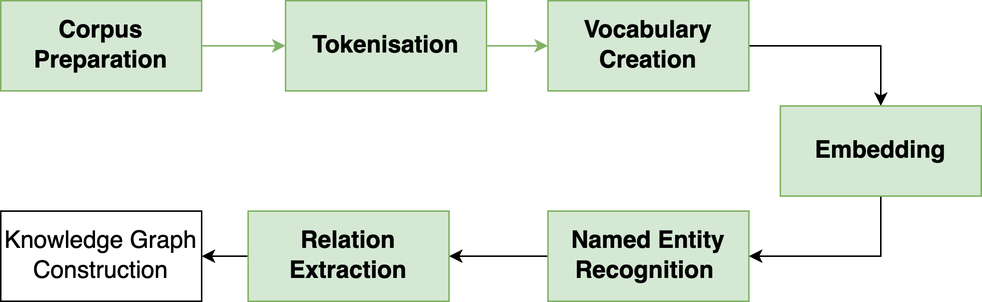
nlp-tlp/Tutorial-WMC keeps this draw.io diagram as images/steps_3.png. Above is the earlier version. Source tidied: cells renumbered, new cells last; positions are measured from the earlier drawing's top-left corner, leaving out a move shared by most shapes. Its diagram source:
```xml
<mxGraphModel>
  <root>
    <mxCell id="0" />
    <mxCell id="1" parent="0" />
    <mxCell id="2" style="edgeStyle=orthogonalEdgeStyle;rounded=0;jettySize=auto;html=1;fontSize=16;fontStyle=1;fillColor=#d5e8d4;strokeColor=#82b366;" parent="1" edge="1" source="3" target="5">
      <mxGeometry relative="1" as="geometry" />
    </mxCell>
    <mxCell id="3" value="Corpus Preparation" style="rounded=0;whiteSpace=wrap;html=1;fontSize=16;fontStyle=1;fillColor=#d5e8d4;strokeColor=#82b366;" parent="1" vertex="1">
      <mxGeometry width="134" height="60" as="geometry" />
    </mxCell>
    <mxCell id="4" style="edgeStyle=orthogonalEdgeStyle;rounded=0;jettySize=auto;html=1;fontSize=16;fontStyle=1;fillColor=#d5e8d4;strokeColor=#82b366;" parent="1" edge="1" source="5" target="7">
      <mxGeometry relative="1" as="geometry" />
    </mxCell>
    <mxCell id="5" value="Tokenisation" style="rounded=0;whiteSpace=wrap;html=1;fontSize=16;fontStyle=1;fillColor=#d5e8d4;strokeColor=#82b366;" parent="1" vertex="1">
      <mxGeometry x="190" width="134" height="60" as="geometry" />
    </mxCell>
    <mxCell id="6" style="edgeStyle=orthogonalEdgeStyle;rounded=0;jettySize=auto;html=1;fontSize=16;" parent="1" edge="1" source="7" target="9">
      <mxGeometry relative="1" as="geometry" />
    </mxCell>
    <mxCell id="7" value="Vocabulary Creation" style="rounded=0;whiteSpace=wrap;html=1;fontSize=16;fontStyle=1;fillColor=#d5e8d4;strokeColor=#82b366;" parent="1" vertex="1">
      <mxGeometry x="365" width="134" height="60" as="geometry" />
    </mxCell>
    <mxCell id="8" style="edgeStyle=orthogonalEdgeStyle;rounded=0;jettySize=auto;html=1;exitX=0.5;exitY=1;exitDx=0;exitDy=0;entryX=1;entryY=0.5;entryDx=0;entryDy=0;fontSize=16;" parent="1" edge="1" source="9" target="11">
      <mxGeometry relative="1" as="geometry" />
    </mxCell>
    <mxCell id="9" value="Embedding" style="rounded=0;whiteSpace=wrap;html=1;fontSize=16;fontStyle=1;fillColor=#d5e8d4;strokeColor=#82b366;" parent="1" vertex="1">
      <mxGeometry x="520" y="70" width="134" height="60" as="geometry" />
    </mxCell>
    <mxCell id="10" style="edgeStyle=orthogonalEdgeStyle;rounded=0;jettySize=auto;html=1;fontSize=16;" parent="1" edge="1" source="11" target="13">
      <mxGeometry relative="1" as="geometry" />
    </mxCell>
    <mxCell id="11" value="Named Entity Recognition&amp;nbsp;" style="rounded=0;whiteSpace=wrap;html=1;fontSize=16;fontStyle=1;fillColor=#d5e8d4;strokeColor=#82b366;" parent="1" vertex="1">
      <mxGeometry x="365" y="140" width="134" height="60" as="geometry" />
    </mxCell>
    <mxCell id="12" style="edgeStyle=orthogonalEdgeStyle;rounded=0;jettySize=auto;html=1;fontSize=16;" parent="1" edge="1" source="13" target="14">
      <mxGeometry relative="1" as="geometry" />
    </mxCell>
    <mxCell id="13" value="Relation Extraction" style="rounded=0;whiteSpace=wrap;html=1;fontSize=16;fontStyle=1;fillColor=#d5e8d4;strokeColor=#82b366;" parent="1" vertex="1">
      <mxGeometry x="165" y="140" width="134" height="60" as="geometry" />
    </mxCell>
    <mxCell id="14" value="Knowledge Graph Construction" style="rounded=0;whiteSpace=wrap;html=1;fontSize=16;" parent="1" vertex="1">
      <mxGeometry y="140" width="134" height="60" as="geometry" />
    </mxCell>
  </root>
</mxGraphModel>
```
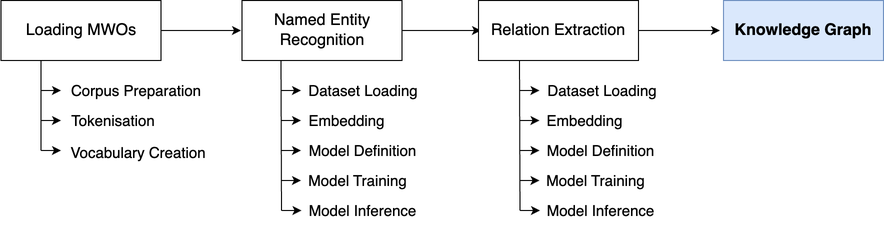
The same file after the commit.

The edit, as a diff of the source:
```diff
@@ -2,44 +2,167 @@
   <root>
     <mxCell id="0" />
     <mxCell id="1" parent="0" />
-    <mxCell id="2" style="edgeStyle=orthogonalEdgeStyle;rounded=0;jettySize=auto;html=1;fontSize=16;fontStyle=1;fillColor=#d5e8d4;strokeColor=#82b366;" parent="1" edge="1" source="3" target="5">
-      <mxGeometry relative="1" as="geometry" />
-    </mxCell>
+    <mxCell id="15" style="edgeStyle=orthogonalEdgeStyle;rounded=0;jettySize=auto;html=1;" parent="1" edge="1" source="16">
+      <mxGeometry relative="1" as="geometry">
+        <mxPoint x="137.5" y="-190" as="targetPoint" />
+      </mxGeometry>
+    </mxCell>
+    <mxCell id="16" value="Loading MWOs" style="rounded=0;whiteSpace=wrap;html=1;fontSize=16;fontStyle=0;" parent="1" vertex="1">
+      <mxGeometry x="-102.5" y="-220" width="160" height="60" as="geometry" />
+    </mxCell>
+    <mxCell id="17" style="endArrow=none;html=1;rounded=0;entryX=0.5;entryY=1;entryDx=0;entryDy=0;fontStyle=0;" parent="1" edge="1">
+      <mxGeometry relative="1" as="geometry">
+        <mxPoint x="-62.5" y="-70" as="sourcePoint" />
+        <mxPoint x="-62.5" y="-160" as="targetPoint" />
+      </mxGeometry>
+    </mxCell>
-    <mxCell id="3" value="Corpus Preparation" style="rounded=0;whiteSpace=wrap;html=1;fontSize=16;fontStyle=1;fillColor=#d5e8d4;strokeColor=#82b366;" parent="1" vertex="1">
-      <mxGeometry width="134" height="60" as="geometry" />
+    <mxCell id="3" value="&lt;font style=&quot;font-size: 15px;&quot;&gt;Corpus Preparation&lt;/font&gt;" style="text;html=1;align=center;verticalAlign=middle;whiteSpace=wrap;rounded=0;fontStyle=0;" parent="1" vertex="1">
+      <mxGeometry x="-42.5" y="-145" width="150" height="30" as="geometry" />
     </mxCell>
-    <mxCell id="4" style="edgeStyle=orthogonalEdgeStyle;rounded=0;jettySize=auto;html=1;fontSize=16;fontStyle=1;fillColor=#d5e8d4;strokeColor=#82b366;" parent="1" edge="1" source="5" target="7">
-      <mxGeometry relative="1" as="geometry" />
-    </mxCell>
-    <mxCell id="5" value="Tokenisation" style="rounded=0;whiteSpace=wrap;html=1;fontSize=16;fontStyle=1;fillColor=#d5e8d4;strokeColor=#82b366;" parent="1" vertex="1">
-      <mxGeometry x="190" width="134" height="60" as="geometry" />
+    <mxCell id="5" value="&lt;font style=&quot;font-size: 15px;&quot;&gt;Tokenisation&lt;/font&gt;" style="text;html=1;align=center;verticalAlign=middle;whiteSpace=wrap;rounded=0;fontStyle=0;" parent="1" vertex="1">
+      <mxGeometry x="-65.5" y="-115" width="150" height="30" as="geometry" />
     </mxCell>
-    <mxCell id="6" style="edgeStyle=orthogonalEdgeStyle;rounded=0;jettySize=auto;html=1;fontSize=16;" parent="1" edge="1" source="7" target="9">
-      <mxGeometry relative="1" as="geometry" />
-    </mxCell>
-    <mxCell id="7" value="Vocabulary Creation" style="rounded=0;whiteSpace=wrap;html=1;fontSize=16;fontStyle=1;fillColor=#d5e8d4;strokeColor=#82b366;" parent="1" vertex="1">
-      <mxGeometry x="365" width="134" height="60" as="geometry" />
+    <mxCell id="7" value="&lt;font style=&quot;font-size: 15px;&quot;&gt;Vocabulary Creation&lt;/font&gt;" style="text;html=1;align=center;verticalAlign=middle;whiteSpace=wrap;rounded=0;fontStyle=0;" parent="1" vertex="1">
+      <mxGeometry x="-40.5" y="-83" width="150" height="30" as="geometry" />
     </mxCell>
-    <mxCell id="8" style="edgeStyle=orthogonalEdgeStyle;rounded=0;jettySize=auto;html=1;exitX=0.5;exitY=1;exitDx=0;exitDy=0;entryX=1;entryY=0.5;entryDx=0;entryDy=0;fontSize=16;" parent="1" edge="1" source="9" target="11">
-      <mxGeometry relative="1" as="geometry" />
-    </mxCell>
-    <mxCell id="9" value="Embedding" style="rounded=0;whiteSpace=wrap;html=1;fontSize=16;fontStyle=1;fillColor=#d5e8d4;strokeColor=#82b366;" parent="1" vertex="1">
-      <mxGeometry x="520" y="70" width="134" height="60" as="geometry" />
-    </mxCell>
-    <mxCell id="10" style="edgeStyle=orthogonalEdgeStyle;rounded=0;jettySize=auto;html=1;fontSize=16;" parent="1" edge="1" source="11" target="13">
-      <mxGeometry relative="1" as="geometry" />
-    </mxCell>
+    <mxCell id="18" style="endArrow=classic;html=1;rounded=0;fontStyle=0;" parent="1" edge="1">
+      <mxGeometry relative="1" as="geometry">
+        <mxPoint x="-62.5" y="-130" as="sourcePoint" />
+        <mxPoint x="-42.5" y="-130" as="targetPoint" />
+      </mxGeometry>
+    </mxCell>
+    <mxCell id="19" style="endArrow=classic;html=1;rounded=0;fontStyle=0;" parent="1" edge="1">
+      <mxGeometry relative="1" as="geometry">
+        <mxPoint x="-62.5" y="-100" as="sourcePoint" />
+        <mxPoint x="-42.5" y="-100" as="targetPoint" />
+      </mxGeometry>
+    </mxCell>
+    <mxCell id="20" style="endArrow=classic;html=1;rounded=0;fontStyle=0;" parent="1" edge="1">
+      <mxGeometry relative="1" as="geometry">
+        <mxPoint x="-62.5" y="-70" as="sourcePoint" />
+        <mxPoint x="-42.5" y="-70" as="targetPoint" />
+      </mxGeometry>
+    </mxCell>
+    <mxCell id="21" style="edgeStyle=orthogonalEdgeStyle;rounded=0;jettySize=auto;html=1;fontStyle=0;" parent="1" edge="1" source="11">
+      <mxGeometry relative="1" as="geometry">
+        <mxPoint x="377.5" y="-190" as="targetPoint" />
+      </mxGeometry>
+    </mxCell>
-    <mxCell id="11" value="Named Entity Recognition&amp;nbsp;" style="rounded=0;whiteSpace=wrap;html=1;fontSize=16;fontStyle=1;fillColor=#d5e8d4;strokeColor=#82b366;" parent="1" vertex="1">
-      <mxGeometry x="365" y="140" width="134" height="60" as="geometry" />
+    <mxCell id="11" value="Named Entity Recognition" style="rounded=0;whiteSpace=wrap;html=1;fontSize=16;fontStyle=0;" parent="1" vertex="1">
+      <mxGeometry x="138.5" y="-220" width="160" height="60" as="geometry" />
     </mxCell>
-    <mxCell id="12" style="edgeStyle=orthogonalEdgeStyle;rounded=0;jettySize=auto;html=1;fontSize=16;" parent="1" edge="1" source="13" target="14">
-      <mxGeometry relative="1" as="geometry" />
-    </mxCell>
+    <mxCell id="22" style="endArrow=none;html=1;rounded=0;entryX=0.5;entryY=1;entryDx=0;entryDy=0;fontStyle=0;" parent="1" edge="1">
+      <mxGeometry relative="1" as="geometry">
+        <mxPoint x="178" y="-10" as="sourcePoint" />
+        <mxPoint x="177.5" y="-160" as="targetPoint" />
+      </mxGeometry>
+    </mxCell>
+    <mxCell id="23" value="&lt;span style=&quot;font-size: 15px;&quot;&gt;Dataset Loading&lt;/span&gt;" style="text;html=1;align=center;verticalAlign=middle;whiteSpace=wrap;rounded=0;fontStyle=0;" parent="1" vertex="1">
+      <mxGeometry x="181" y="-145" width="158" height="30" as="geometry" />
+    </mxCell>
+    <mxCell id="24" value="&lt;font style=&quot;font-size: 15px;&quot;&gt;Model Definition&lt;/font&gt;" style="text;html=1;align=center;verticalAlign=middle;whiteSpace=wrap;rounded=0;fontStyle=0;" parent="1" vertex="1">
+      <mxGeometry x="152.5" y="-85" width="213" height="30" as="geometry" />
+    </mxCell>
+    <mxCell id="25" style="endArrow=classic;html=1;rounded=0;fontStyle=0;" parent="1" edge="1">
+      <mxGeometry relative="1" as="geometry">
+        <mxPoint x="177.5" y="-130" as="sourcePoint" />
+        <mxPoint x="197.5" y="-130" as="targetPoint" />
+      </mxGeometry>
+    </mxCell>
+    <mxCell id="26" style="endArrow=classic;html=1;rounded=0;fontStyle=0;" parent="1" edge="1">
+      <mxGeometry relative="1" as="geometry">
+        <mxPoint x="177.5" y="-100" as="sourcePoint" />
+        <mxPoint x="197.5" y="-100" as="targetPoint" />
+      </mxGeometry>
+    </mxCell>
+    <mxCell id="27" style="endArrow=classic;html=1;rounded=0;fontStyle=0;" parent="1" edge="1">
+      <mxGeometry relative="1" as="geometry">
+        <mxPoint x="177.5" y="-70" as="sourcePoint" />
+        <mxPoint x="197.5" y="-70" as="targetPoint" />
+      </mxGeometry>
+    </mxCell>
+    <mxCell id="28" style="endArrow=classic;html=1;rounded=0;fontStyle=0;" parent="1" edge="1">
+      <mxGeometry relative="1" as="geometry">
+        <mxPoint x="177.5" y="-40" as="sourcePoint" />
+        <mxPoint x="197.5" y="-40" as="targetPoint" />
+      </mxGeometry>
+    </mxCell>
+    <mxCell id="29" value="&lt;font style=&quot;font-size: 15px;&quot;&gt;Model Training&lt;/font&gt;" style="text;html=1;align=center;verticalAlign=middle;whiteSpace=wrap;rounded=0;fontStyle=0;" parent="1" vertex="1">
+      <mxGeometry x="147.5" y="-55" width="213" height="30" as="geometry" />
+    </mxCell>
+    <mxCell id="30" value="&lt;font style=&quot;font-size: 15px;&quot;&gt;Model Inference&lt;/font&gt;" style="text;html=1;align=center;verticalAlign=middle;whiteSpace=wrap;rounded=0;fontStyle=0;" parent="1" vertex="1">
+      <mxGeometry x="152.5" y="-25" width="213" height="30" as="geometry" />
+    </mxCell>
+    <mxCell id="31" style="edgeStyle=orthogonalEdgeStyle;rounded=0;jettySize=auto;html=1;fontStyle=1;" parent="1" edge="1" source="13">
+      <mxGeometry relative="1" as="geometry">
+        <mxPoint x="616.5" y="-190" as="targetPoint" />
+      </mxGeometry>
+    </mxCell>
-    <mxCell id="13" value="Relation Extraction" style="rounded=0;whiteSpace=wrap;html=1;fontSize=16;fontStyle=1;fillColor=#d5e8d4;strokeColor=#82b366;" parent="1" vertex="1">
-      <mxGeometry x="165" y="140" width="134" height="60" as="geometry" />
+    <mxCell id="13" value="Relation Extraction" style="rounded=0;whiteSpace=wrap;html=1;fontSize=16;fontStyle=0;" parent="1" vertex="1">
+      <mxGeometry x="375" y="-220" width="160" height="60" as="geometry" />
     </mxCell>
-    <mxCell id="14" value="Knowledge Graph Construction" style="rounded=0;whiteSpace=wrap;html=1;fontSize=16;" parent="1" vertex="1">
-      <mxGeometry y="140" width="134" height="60" as="geometry" />
-    </mxCell>
+    <mxCell id="32" value="Knowledge Graph" style="rounded=0;whiteSpace=wrap;html=1;fontSize=16;fontStyle=1;fillColor=#dae8fc;strokeColor=#6c8ebf;" parent="1" vertex="1">
+      <mxGeometry x="620" y="-220" width="160" height="60" as="geometry" />
+    </mxCell>
+    <mxCell id="33" style="endArrow=classic;html=1;rounded=0;fontStyle=0;" parent="1" edge="1">
+      <mxGeometry relative="1" as="geometry">
+        <mxPoint x="178" y="-10" as="sourcePoint" />
+        <mxPoint x="198" y="-10" as="targetPoint" />
+      </mxGeometry>
+    </mxCell>
+    <mxCell id="34" value="&lt;font style=&quot;font-size: 15px;&quot;&gt;Embedding&lt;/font&gt;" style="text;html=1;align=center;verticalAlign=middle;whiteSpace=wrap;rounded=0;fontStyle=0;" parent="1" vertex="1">
+      <mxGeometry x="136.5" y="-115" width="213" height="30" as="geometry" />
+    </mxCell>
+    <mxCell id="35" style="endArrow=none;html=1;rounded=0;entryX=0.5;entryY=1;entryDx=0;entryDy=0;fontStyle=0;" parent="1" edge="1">
+      <mxGeometry relative="1" as="geometry">
+        <mxPoint x="416.5" y="-10" as="sourcePoint" />
+        <mxPoint x="416" y="-160" as="targetPoint" />
+      </mxGeometry>
+    </mxCell>
+    <mxCell id="36" value="&lt;span style=&quot;font-size: 15px;&quot;&gt;Dataset Loading&lt;/span&gt;" style="text;html=1;align=center;verticalAlign=middle;whiteSpace=wrap;rounded=0;fontStyle=0;" parent="1" vertex="1">
+      <mxGeometry x="419.5" y="-145" width="158" height="30" as="geometry" />
+    </mxCell>
+    <mxCell id="37" value="&lt;font style=&quot;font-size: 15px;&quot;&gt;Model Definition&lt;/font&gt;" style="text;html=1;strokeColor=none;fillColor=none;align=center;verticalAlign=middle;whiteSpace=wrap;rounded=0;fontStyle=0;" parent="1" vertex="1">
+      <mxGeometry x="391" y="-85" width="213" height="30" as="geometry" />
+    </mxCell>
+    <mxCell id="38" style="endArrow=classic;html=1;rounded=0;fontStyle=0;" parent="1" edge="1">
+      <mxGeometry relative="1" as="geometry">
+        <mxPoint x="416" y="-130" as="sourcePoint" />
+        <mxPoint x="436" y="-130" as="targetPoint" />
+      </mxGeometry>
+    </mxCell>
+    <mxCell id="39" style="endArrow=classic;html=1;rounded=0;fontStyle=0;" parent="1" edge="1">
+      <mxGeometry relative="1" as="geometry">
+        <mxPoint x="416" y="-100" as="sourcePoint" />
+        <mxPoint x="436" y="-100" as="targetPoint" />
+      </mxGeometry>
+    </mxCell>
+    <mxCell id="40" style="endArrow=classic;html=1;rounded=0;fontStyle=0;" parent="1" edge="1">
+      <mxGeometry relative="1" as="geometry">
+        <mxPoint x="416" y="-70" as="sourcePoint" />
+        <mxPoint x="436" y="-70" as="targetPoint" />
+      </mxGeometry>
+    </mxCell>
+    <mxCell id="41" style="endArrow=classic;html=1;rounded=0;fontStyle=0;" parent="1" edge="1">
+      <mxGeometry relative="1" as="geometry">
+        <mxPoint x="416" y="-40" as="sourcePoint" />
+        <mxPoint x="436" y="-40" as="targetPoint" />
+      </mxGeometry>
+    </mxCell>
+    <mxCell id="42" value="&lt;font style=&quot;font-size: 15px;&quot;&gt;Model Training&lt;/font&gt;" style="text;html=1;strokeColor=none;fillColor=none;align=center;verticalAlign=middle;whiteSpace=wrap;rounded=0;fontStyle=0;" parent="1" vertex="1">
+      <mxGeometry x="386" y="-55" width="213" height="30" as="geometry" />
+    </mxCell>
+    <mxCell id="43" value="&lt;font style=&quot;font-size: 15px;&quot;&gt;Model Inference&lt;/font&gt;" style="text;html=1;strokeColor=none;fillColor=none;align=center;verticalAlign=middle;whiteSpace=wrap;rounded=0;fontStyle=0;" parent="1" vertex="1">
+      <mxGeometry x="391" y="-25" width="213" height="30" as="geometry" />
+    </mxCell>
+    <mxCell id="44" style="endArrow=classic;html=1;rounded=0;fontStyle=0;" parent="1" edge="1">
+      <mxGeometry relative="1" as="geometry">
+        <mxPoint x="416.5" y="-10" as="sourcePoint" />
+        <mxPoint x="436.5" y="-10" as="targetPoint" />
+      </mxGeometry>
+    </mxCell>
+    <mxCell id="45" value="&lt;font style=&quot;font-size: 15px;&quot;&gt;Embedding&lt;/font&gt;" style="text;html=1;strokeColor=none;fillColor=none;align=center;verticalAlign=middle;whiteSpace=wrap;rounded=0;fontStyle=0;" parent="1" vertex="1">
+      <mxGeometry x="375" y="-115" width="213" height="30" as="geometry" />
+    </mxCell>
   </root>
 </mxGraphModel>
```
